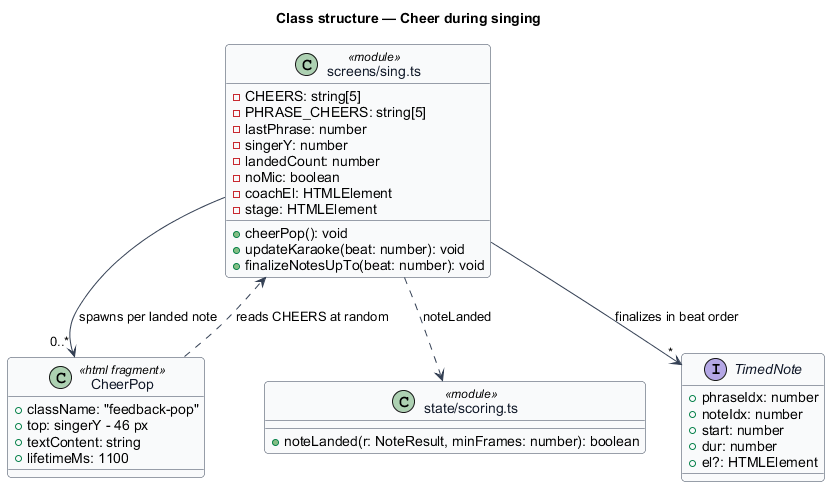
QuinntyneBrown/TwinkleTune keeps this PlantUML diagram as docs/detailed-designs/coaching-and-encouragement/cheer-during-singing/diagrams/class-structure.png. Above is the earlier version. The source it was exported from:
```plantuml
@startuml
skinparam backgroundColor #FFFFFF
skinparam shadowing false
skinparam roundcorner 8
skinparam defaultFontName Arial
skinparam ArrowColor #344054
skinparam class {
  BorderColor #344054
  FontColor #101828
  BackgroundColor #F9FAFB
}
title Class structure — Cheer during singing

class "screens/sing.ts" as Sing <<module>> {
  -CHEERS: string[5]
  -PHRASE_CHEERS: string[5]
  -lastPhrase: number
  -singerY: number
  -landedCount: number
  -noMic: boolean
  -coachEl: HTMLElement
  -stage: HTMLElement
  +cheerPop(): void
  +updateKaraoke(beat: number): void
  +finalizeNotesUpTo(beat: number): void
}

class CheerPop <<html fragment>> {
  +className: "feedback-pop"
  +top: singerY - 46 px
  +textContent: string
  +lifetimeMs: 1100
}

class "state/scoring.ts" as Scoring <<module>> {
  +noteLanded(r: NoteResult, minFrames: number): boolean
}

interface TimedNote {
  +phraseIdx: number
  +noteIdx: number
  +start: number
  +dur: number
  +el?: HTMLElement
}

Sing ..> Scoring : noteLanded
Sing --> "0..*" CheerPop : spawns per landed note
Sing --> "*" TimedNote : finalizes in beat order
CheerPop ..> Sing : reads CHEERS at random
@enduml
```
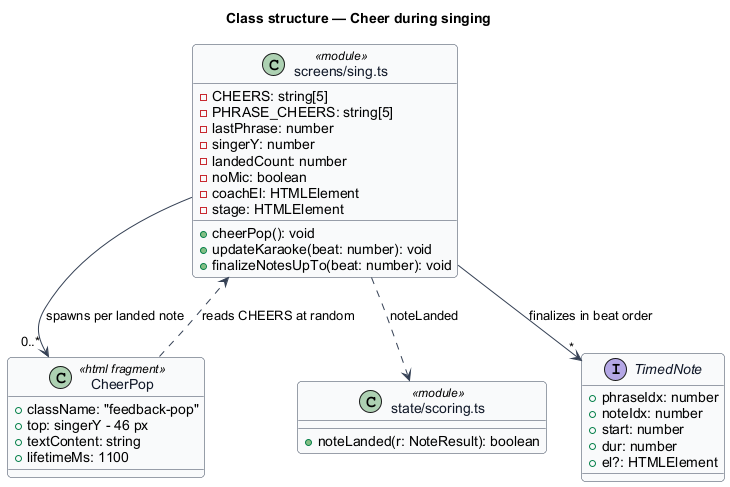
After the commit.

What changed in the source:
```diff
@@ -33,7 +33,7 @@
 }
 
 class "state/scoring.ts" as Scoring <<module>> {
-  +noteLanded(r: NoteResult, minFrames: number): boolean
+  +noteLanded(r: NoteResult): boolean
 }
 
 interface TimedNote {
```
